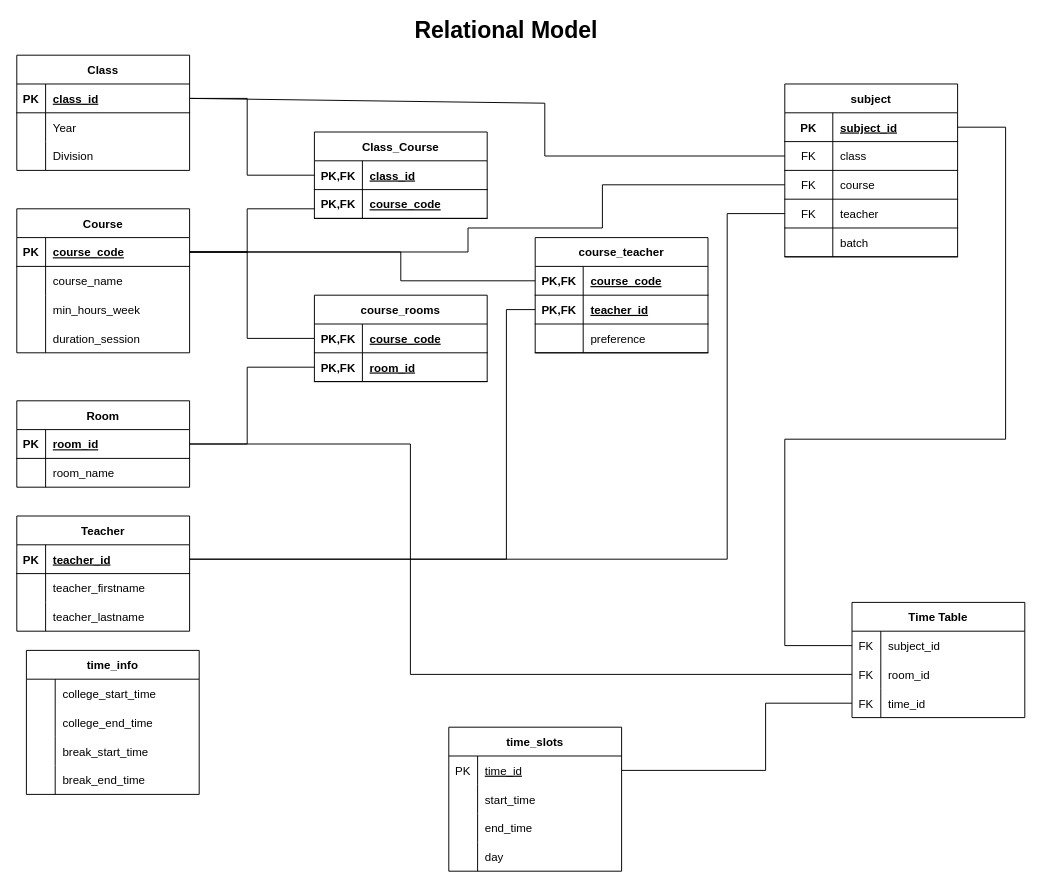
Above: Database/Relational Model.drawio in parmar-mohit/Automated_Time_Table_Scheduler (draw.io), before the change. Source tidied: cells renumbered, new cells numbered last; positions are measured from the earlier drawing's top-left corner, leaving out a move shared by most shapes. Both pictures are drawn from the tidied source at 96%, with x=0, y=0 at pixel (16, 16).
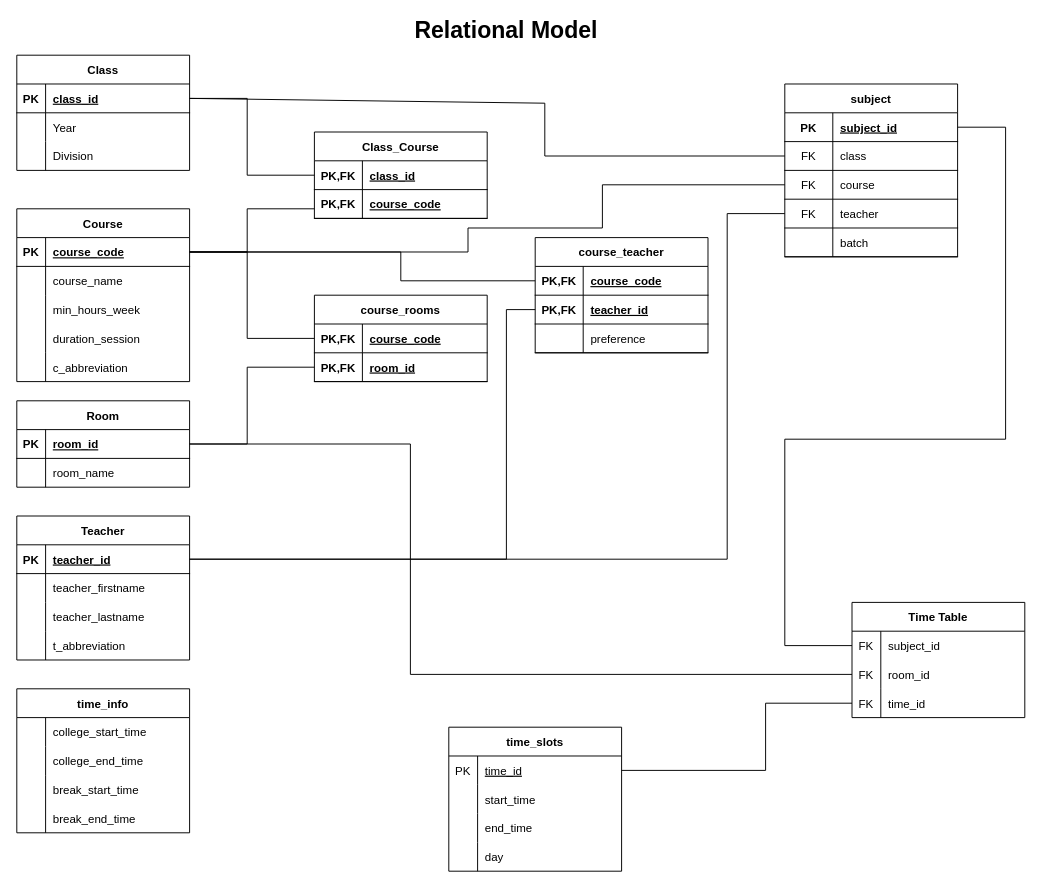
The same diagram, later.

What changed in the source:
```diff
@@
     <mxCell id="13" value="Course" style="shape=table;startSize=30;childLayout=tableLayout;rowLines=0;fontStyle=1;align=center;fontSize=12;" parent="1" vertex="1">
-      <mxGeometry y="200" width="180" height="150" as="geometry" />
+      <mxGeometry y="200" width="180" height="180" as="geometry" />
     </mxCell>
@@
+    <mxCell id="131" style="shape=tableRow;horizontal=0;startSize=0;swimlaneHead=0;swimlaneBody=0;fillColor=none;top=0;left=0;right=0;bottom=0;fontSize=24;" parent="13" vertex="1">
+      <mxGeometry y="150" width="180" height="30" as="geometry" />
+    </mxCell>
+    <mxCell id="132" style="shape=partialRectangle;fillColor=none;top=0;left=0;bottom=0;right=0;overflow=hidden;fontSize=24;" parent="131" vertex="1">
+      <mxGeometry width="30" height="30" as="geometry" />
+    </mxCell>
+    <mxCell id="133" value="c_abbreviation" style="shape=partialRectangle;fillColor=none;top=0;left=0;bottom=0;right=0;align=left;spacingLeft=6;overflow=hidden;fontSize=12;" parent="131" vertex="1">
+      <mxGeometry x="30" width="150" height="30" as="geometry" />
+    </mxCell>
@@
     <mxCell id="33" value="Teacher" style="shape=table;startSize=30;childLayout=tableLayout;rowLines=0;fontStyle=1;align=center;fontSize=12;" parent="1" vertex="1">
-      <mxGeometry y="520" width="180" height="120" as="geometry" />
+      <mxGeometry y="520" width="180" height="150" as="geometry" />
     </mxCell>
@@
+    <mxCell id="134" style="shape=tableRow;horizontal=0;startSize=0;swimlaneHead=0;swimlaneBody=0;fillColor=none;top=0;left=0;right=0;bottom=0;fontSize=24;" parent="33" vertex="1">
+      <mxGeometry y="120" width="180" height="30" as="geometry" />
+    </mxCell>
+    <mxCell id="135" style="shape=partialRectangle;fillColor=none;top=0;left=0;bottom=0;right=0;overflow=hidden;fontSize=24;" parent="134" vertex="1">
+      <mxGeometry width="30" height="30" as="geometry" />
+    </mxCell>
+    <mxCell id="136" value="t_abbreviation" style="shape=partialRectangle;fillColor=none;top=0;left=0;bottom=0;right=0;align=left;spacingLeft=6;overflow=hidden;fontSize=12;" parent="134" vertex="1">
+      <mxGeometry x="30" width="150" height="30" as="geometry" />
+    </mxCell>
@@
     <mxCell id="73" value="time_info" style="shape=table;startSize=30;childLayout=tableLayout;rowLines=0;fontStyle=1;align=center;fontSize=12;" parent="1" vertex="1">
-      <mxGeometry x="10" y="660" width="180" height="150" as="geometry" />
+      <mxGeometry y="700" width="180" height="150" as="geometry" />
     </mxCell>
```
